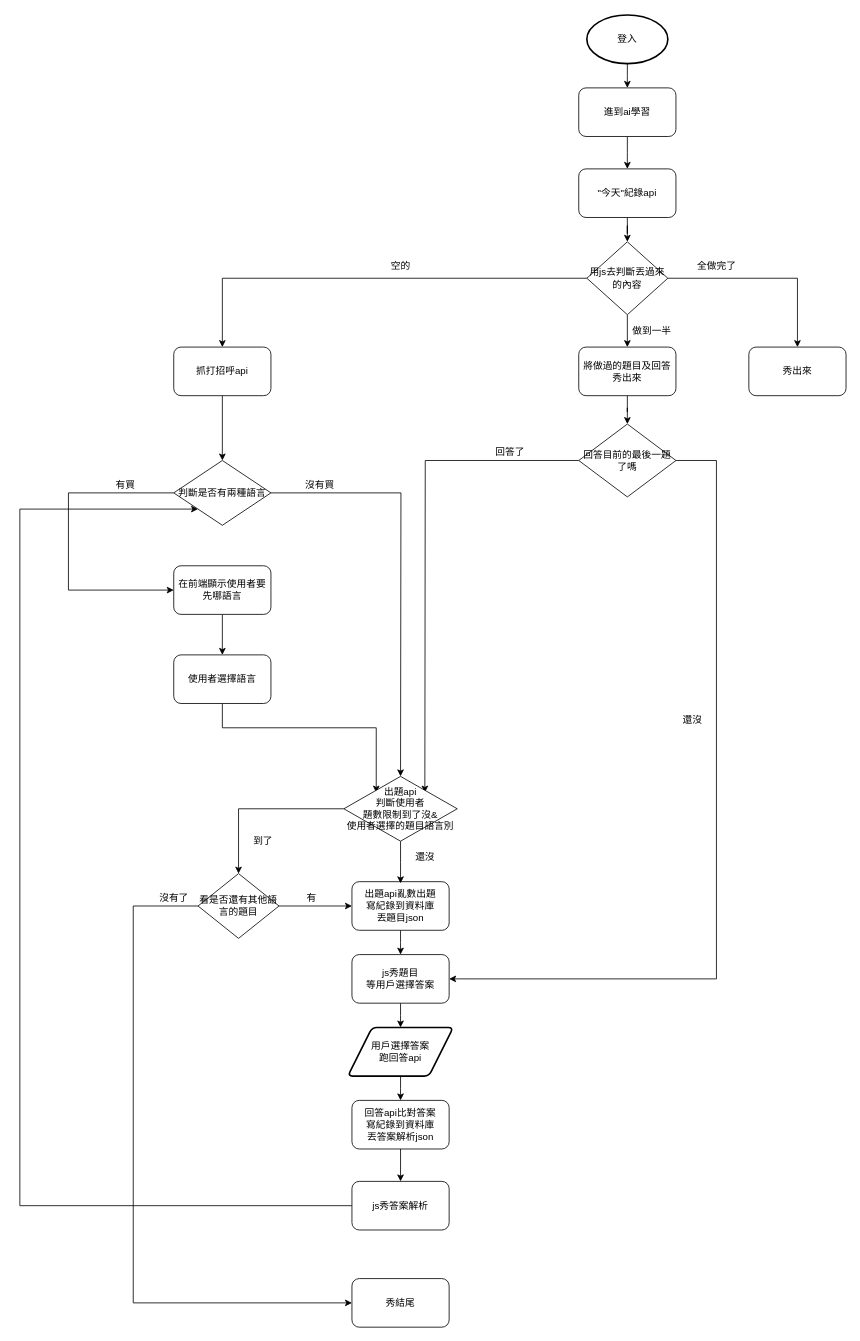
This is 未命名圖表.drawio from kartg0203/work_flow, a draw.io file, before an edit. Source tidied: cells renumbered, new cells numbered last; positions are measured from the earlier drawing's top-left corner, leaving out a move shared by most shapes. Both pictures are drawn from the tidied source at 81%, with x=0, y=0 at pixel (19, 15).
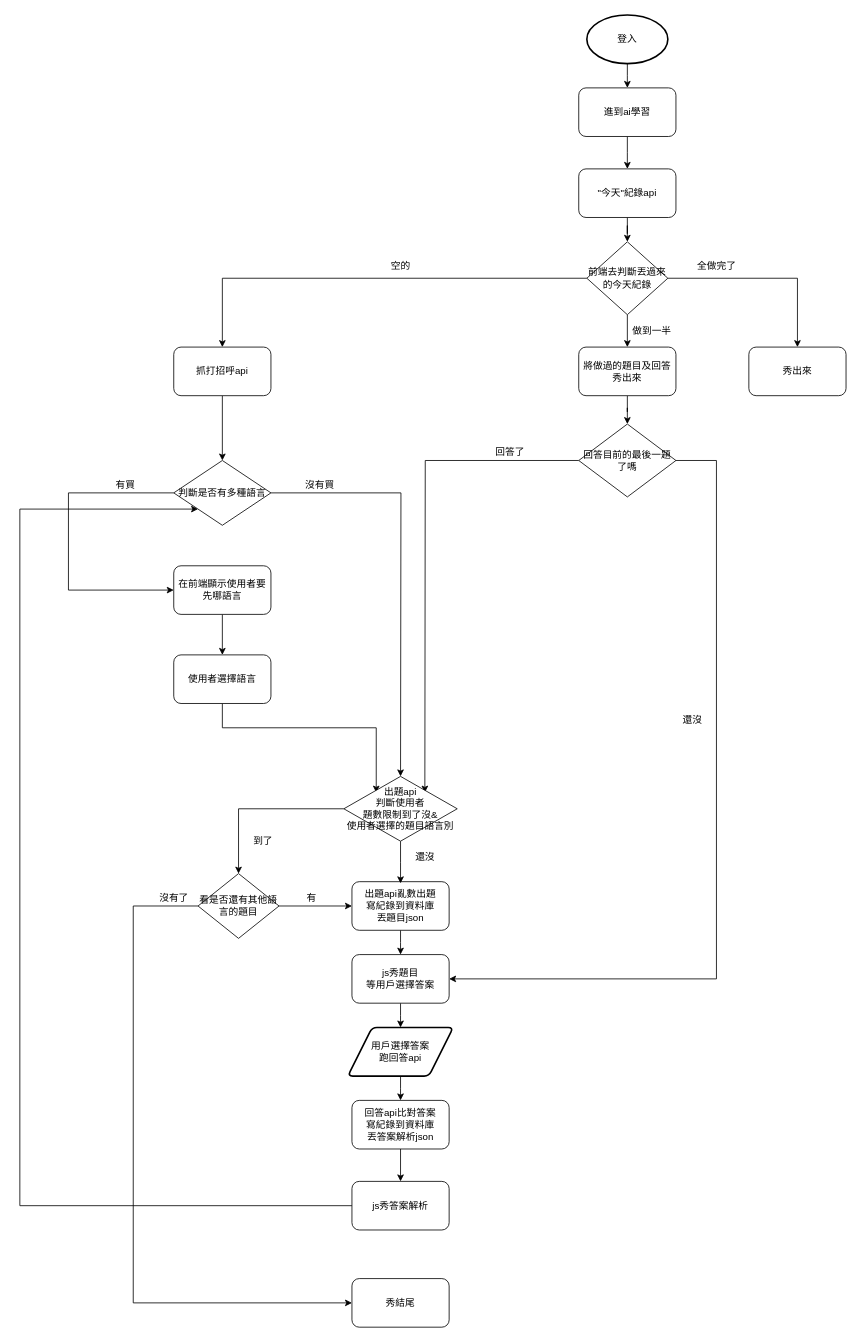
The same page after the edit.

Commit message:
更新一些敘述.drawio

The edit, as a diff of the source:
```diff
@@
-    <mxCell id="24" value="&lt;span&gt;用js去判斷丟過來的內容&lt;/span&gt;" style="rhombus;whiteSpace=wrap;html=1;" parent="1" vertex="1">
+    <mxCell id="24" value="&lt;span&gt;前端去判斷丟過來的今天紀錄&lt;/span&gt;" style="rhombus;whiteSpace=wrap;html=1;" parent="1" vertex="1">
       <mxGeometry x="700" y="280" width="100" height="90" as="geometry" />
     </mxCell>
@@
-    <mxCell id="38" value="判斷是否有兩種語言" style="rhombus;whiteSpace=wrap;html=1;" parent="1" vertex="1">
+    <mxCell id="38" value="判斷是否有多種語言" style="rhombus;whiteSpace=wrap;html=1;" parent="1" vertex="1">
       <mxGeometry x="190" y="550" width="120" height="80" as="geometry" />
     </mxCell>
```
